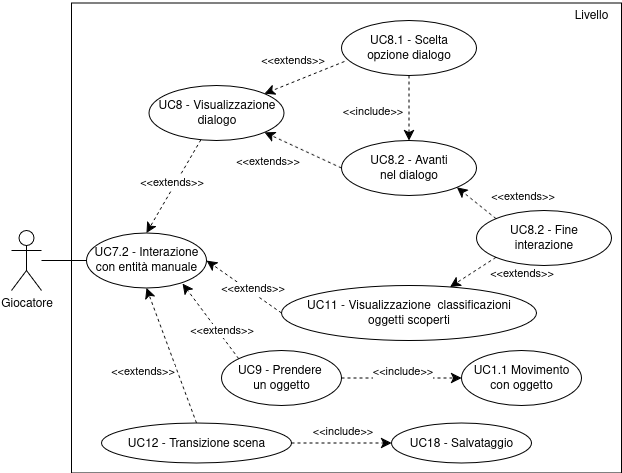
Before: Documentazione/source/imgs/uc-interazione_manuale.png, a diagram exported from draw.io (fliposab/ProgettoStage). Source tidied: cells renumbered, new cells last; positions are measured from the earlier drawing's top-left corner, leaving out a move shared by most shapes. Source of this version:
```xml
<mxGraphModel>
  <root>
    <mxCell id="0" />
    <mxCell id="1" parent="0" />
    <mxCell id="2" style="rounded=0;whiteSpace=wrap;html=1;gradientColor=none;" parent="1" vertex="1">
      <mxGeometry x="60" y="2.5" width="550" height="470" as="geometry" />
    </mxCell>
    <mxCell id="3" style="rounded=0;jettySize=auto;html=1;entryX=0;entryY=0.5;entryDx=0;entryDy=0;endArrow=none;startFill=0;" parent="1" edge="1" source="4" target="5">
      <mxGeometry relative="1" as="geometry" />
    </mxCell>
    <mxCell id="4" value="Giocatore" style="shape=umlActor;verticalLabelPosition=bottom;verticalAlign=top;html=1;outlineConnect=0;" parent="1" vertex="1">
      <mxGeometry y="230" width="30" height="60" as="geometry" />
    </mxCell>
    <mxCell id="5" value="&lt;div&gt;UC7.2 - Interazione&lt;/div&gt;&lt;div&gt;con entità manuale&lt;/div&gt;" style="ellipse;whiteSpace=wrap;html=1;" parent="1" vertex="1">
      <mxGeometry x="75" y="232.5" width="120" height="55" as="geometry" />
    </mxCell>
    <mxCell id="6" value="Livello" style="text;html=1;align=center;verticalAlign=middle;whiteSpace=wrap;rounded=0;" parent="1" vertex="1">
      <mxGeometry x="550" width="60" height="30" as="geometry" />
    </mxCell>
    <mxCell id="7" value="&lt;div&gt;UC9 - Prendere&amp;nbsp;&lt;/div&gt;&lt;div&gt;un oggetto&lt;/div&gt;" style="ellipse;whiteSpace=wrap;html=1;" parent="1" vertex="1">
      <mxGeometry x="210" y="350" width="120" height="55" as="geometry" />
    </mxCell>
    <mxCell id="8" value="&lt;div&gt;UC8 -&amp;nbsp;Visualizzazione&lt;/div&gt;&lt;div&gt;dialogo&lt;/div&gt;" style="ellipse;whiteSpace=wrap;html=1;" parent="1" vertex="1">
      <mxGeometry x="137.5" y="85" width="135" height="55" as="geometry" />
    </mxCell>
    <mxCell id="9" style="rounded=0;jettySize=auto;html=1;entryX=0.5;entryY=0;entryDx=0;entryDy=0;endArrow=classic;endFill=1;endSize=8;dashed=1;startArrow=none;startFill=0;" parent="1" edge="1" source="8" target="5">
      <mxGeometry relative="1" as="geometry" />
    </mxCell>
    <mxCell id="10" value="&amp;lt;&amp;lt;extends&amp;gt;&amp;gt;" style="edgeLabel;html=1;align=center;verticalAlign=middle;" parent="9" vertex="1">
      <mxGeometry x="-0.1" relative="1" as="geometry">
        <mxPoint x="-5" as="offset" />
      </mxGeometry>
    </mxCell>
    <mxCell id="11" value="&lt;div&gt;UC8.2 - Avanti&lt;/div&gt;&lt;div&gt;nel dialogo&lt;/div&gt;" style="ellipse;whiteSpace=wrap;html=1;" parent="1" vertex="1">
      <mxGeometry x="330" y="140" width="135" height="55" as="geometry" />
    </mxCell>
    <mxCell id="12" style="rounded=0;jettySize=auto;html=1;entryX=1;entryY=1;entryDx=0;entryDy=0;endArrow=classic;endFill=1;endSize=8;dashed=1;startArrow=none;startFill=0;exitX=0;exitY=0.5;exitDx=0;exitDy=0;" parent="1" edge="1" source="11" target="8">
      <mxGeometry relative="1" as="geometry" />
    </mxCell>
    <mxCell id="13" value="&amp;lt;&amp;lt;extends&amp;gt;&amp;gt;" style="edgeLabel;html=1;align=center;verticalAlign=middle;" parent="12" vertex="1">
      <mxGeometry x="0.13" y="1" relative="1" as="geometry">
        <mxPoint x="-31" y="12" as="offset" />
      </mxGeometry>
    </mxCell>
    <mxCell id="14" value="&lt;div&gt;UC8.1 - Scelta&lt;/div&gt;&lt;div&gt;opzione dialogo&lt;/div&gt;" style="ellipse;whiteSpace=wrap;html=1;" parent="1" vertex="1">
      <mxGeometry x="330" y="20" width="135" height="55" as="geometry" />
    </mxCell>
    <mxCell id="15" value="&lt;div&gt;UC8.2 - Fine&lt;/div&gt;&lt;div&gt;interazione&lt;/div&gt;" style="ellipse;whiteSpace=wrap;html=1;" parent="1" vertex="1">
      <mxGeometry x="465" y="210" width="135" height="55" as="geometry" />
    </mxCell>
    <mxCell id="16" value="&lt;div&gt;UC11 - Visualizzazione&amp;nbsp; classificazioni&lt;/div&gt;&lt;div&gt;oggetti scoperti&lt;/div&gt;" style="ellipse;whiteSpace=wrap;html=1;" parent="1" vertex="1">
      <mxGeometry x="270" y="285" width="255" height="55" as="geometry" />
    </mxCell>
    <mxCell id="17" value="&lt;div&gt;UC12 - Transizione scena&lt;/div&gt;" style="ellipse;whiteSpace=wrap;html=1;" parent="1" vertex="1">
      <mxGeometry x="90" y="422.5" width="190" height="40" as="geometry" />
    </mxCell>
    <mxCell id="18" style="rounded=0;jettySize=auto;html=1;entryX=1;entryY=0.5;entryDx=0;entryDy=0;endArrow=classic;endFill=1;endSize=8;dashed=1;startArrow=none;startFill=0;exitX=0;exitY=0.5;exitDx=0;exitDy=0;" parent="1" edge="1" source="16" target="5">
      <mxGeometry relative="1" as="geometry" />
    </mxCell>
    <mxCell id="19" value="&amp;lt;&amp;lt;extends&amp;gt;&amp;gt;" style="edgeLabel;html=1;align=center;verticalAlign=middle;" parent="18" vertex="1">
      <mxGeometry x="0.28" y="-2" relative="1" as="geometry">
        <mxPoint x="17" y="10" as="offset" />
      </mxGeometry>
    </mxCell>
    <mxCell id="20" style="rounded=0;jettySize=auto;html=1;entryX=0.8;entryY=0.918;entryDx=0;entryDy=0;endArrow=classic;endFill=1;endSize=8;dashed=1;startArrow=none;startFill=0;exitX=0;exitY=0;exitDx=0;exitDy=0;entryPerimeter=0;" parent="1" edge="1" source="7" target="5">
      <mxGeometry relative="1" as="geometry" />
    </mxCell>
    <mxCell id="21" value="&amp;lt;&amp;lt;extends&amp;gt;&amp;gt;" style="edgeLabel;html=1;align=center;verticalAlign=middle;" parent="20" vertex="1">
      <mxGeometry x="-0.37" y="3" relative="1" as="geometry">
        <mxPoint x="3" y="-6" as="offset" />
      </mxGeometry>
    </mxCell>
    <mxCell id="22" style="rounded=0;jettySize=auto;html=1;entryX=0.5;entryY=1;entryDx=0;entryDy=0;endArrow=classic;endFill=1;endSize=8;dashed=1;startArrow=none;startFill=0;exitX=0.5;exitY=0;exitDx=0;exitDy=0;" parent="1" edge="1" source="17" target="5">
      <mxGeometry relative="1" as="geometry" />
    </mxCell>
    <mxCell id="23" value="&amp;lt;&amp;lt;extends&amp;gt;&amp;gt;" style="edgeLabel;html=1;align=center;verticalAlign=middle;" parent="22" vertex="1">
      <mxGeometry x="0.23" y="1" relative="1" as="geometry">
        <mxPoint x="-23" y="31" as="offset" />
      </mxGeometry>
    </mxCell>
    <mxCell id="24" style="rounded=0;jettySize=auto;html=1;entryX=1;entryY=0;entryDx=0;entryDy=0;endArrow=classic;endFill=1;endSize=8;dashed=1;startArrow=none;startFill=0;exitX=0.022;exitY=0.745;exitDx=0;exitDy=0;exitPerimeter=0;" parent="1" edge="1" source="14" target="8">
      <mxGeometry relative="1" as="geometry" />
    </mxCell>
    <mxCell id="25" value="&amp;lt;&amp;lt;extends&amp;gt;&amp;gt;" style="edgeLabel;html=1;align=center;verticalAlign=middle;" parent="24" vertex="1">
      <mxGeometry x="-0.43" y="2" relative="1" as="geometry">
        <mxPoint x="-31" y="-12" as="offset" />
      </mxGeometry>
    </mxCell>
    <mxCell id="26" style="rounded=0;jettySize=auto;html=1;entryX=0.5;entryY=0;entryDx=0;entryDy=0;endArrow=classic;endFill=1;endSize=8;dashed=1;startArrow=none;startFill=0;exitX=0.5;exitY=1;exitDx=0;exitDy=0;" parent="1" edge="1" source="14" target="11">
      <mxGeometry relative="1" as="geometry" />
    </mxCell>
    <mxCell id="27" value="&amp;lt;&amp;lt;include&amp;gt;&amp;gt;" style="edgeLabel;html=1;align=center;verticalAlign=middle;" parent="26" vertex="1">
      <mxGeometry x="-0.42" relative="1" as="geometry">
        <mxPoint x="-37" y="16" as="offset" />
      </mxGeometry>
    </mxCell>
    <mxCell id="28" style="rounded=0;jettySize=auto;html=1;endArrow=classic;endFill=1;endSize=8;dashed=1;startArrow=none;startFill=0;exitX=0;exitY=1;exitDx=0;exitDy=0;" parent="1" edge="1" source="15" target="16">
      <mxGeometry relative="1" as="geometry" />
    </mxCell>
    <mxCell id="29" value="&amp;lt;&amp;lt;extends&amp;gt;&amp;gt;" style="edgeLabel;html=1;align=center;verticalAlign=middle;" parent="28" vertex="1">
      <mxGeometry x="-0.37" y="1" relative="1" as="geometry">
        <mxPoint x="39" y="6" as="offset" />
      </mxGeometry>
    </mxCell>
    <mxCell id="30" style="rounded=0;jettySize=auto;html=1;entryX=1;entryY=1;entryDx=0;entryDy=0;endArrow=classic;endFill=1;endSize=8;dashed=1;startArrow=none;startFill=0;exitX=0;exitY=0;exitDx=0;exitDy=0;" parent="1" edge="1" source="15" target="11">
      <mxGeometry relative="1" as="geometry" />
    </mxCell>
    <mxCell id="31" value="&amp;lt;&amp;lt;extends&amp;gt;&amp;gt;" style="edgeLabel;html=1;align=center;verticalAlign=middle;" parent="30" vertex="1">
      <mxGeometry x="-0.18" y="-1" relative="1" as="geometry">
        <mxPoint x="41" y="-9" as="offset" />
      </mxGeometry>
    </mxCell>
    <mxCell id="32" value="&lt;div&gt;UC1.1 Movimento&lt;/div&gt;&lt;div&gt;con oggetto&lt;/div&gt;" style="ellipse;whiteSpace=wrap;html=1;" parent="1" vertex="1">
      <mxGeometry x="450" y="350" width="120" height="55" as="geometry" />
    </mxCell>
    <mxCell id="33" style="rounded=0;jettySize=auto;html=1;entryX=0;entryY=0.5;entryDx=0;entryDy=0;endArrow=classic;endFill=1;endSize=8;dashed=1;startArrow=none;startFill=0;exitX=1;exitY=0.5;exitDx=0;exitDy=0;" parent="1" edge="1" source="7" target="32">
      <mxGeometry relative="1" as="geometry" />
    </mxCell>
    <mxCell id="34" value="&amp;lt;&amp;lt;include&amp;gt;&amp;gt;" style="edgeLabel;html=1;align=center;verticalAlign=middle;" parent="33" vertex="1">
      <mxGeometry x="0.12" y="-1" relative="1" as="geometry">
        <mxPoint x="-7" y="-8" as="offset" />
      </mxGeometry>
    </mxCell>
    <mxCell id="35" value="UC18 - Salvataggio" style="ellipse;whiteSpace=wrap;html=1;" parent="1" vertex="1">
      <mxGeometry x="380" y="422.5" width="140" height="40" as="geometry" />
    </mxCell>
    <mxCell id="36" style="rounded=0;jettySize=auto;html=1;endArrow=classic;endFill=1;endSize=8;dashed=1;startArrow=none;startFill=0;exitX=1;exitY=0.5;exitDx=0;exitDy=0;entryX=0;entryY=0.5;entryDx=0;entryDy=0;" parent="1" edge="1" source="17" target="35">
      <mxGeometry relative="1" as="geometry" />
    </mxCell>
    <mxCell id="37" value="&amp;lt;&amp;lt;include&amp;gt;&amp;gt;" style="edgeLabel;html=1;align=center;verticalAlign=middle;" parent="36" vertex="1">
      <mxGeometry x="0.12" y="-1" relative="1" as="geometry">
        <mxPoint x="-6" y="-13" as="offset" />
      </mxGeometry>
    </mxCell>
  </root>
</mxGraphModel>
```
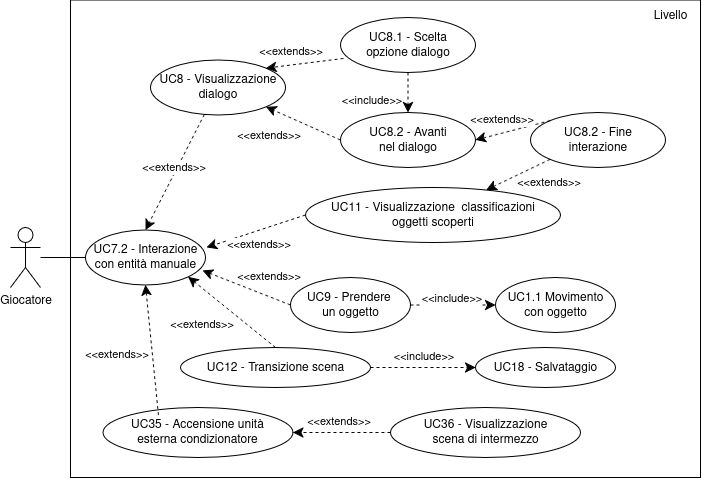
Later version of the same file.

Change to the diagram source:
```diff
@@ -3,7 +3,7 @@
     <mxCell id="0" />
     <mxCell id="1" parent="0" />
     <mxCell id="2" style="rounded=0;whiteSpace=wrap;html=1;gradientColor=none;" parent="1" vertex="1">
-      <mxGeometry x="60" y="2.5" width="550" height="470" as="geometry" />
+      <mxGeometry x="60" y="2.5" width="630" height="477.5" as="geometry" />
     </mxCell>
     <mxCell id="3" style="rounded=0;jettySize=auto;html=1;entryX=0;entryY=0.5;entryDx=0;entryDy=0;endArrow=none;startFill=0;" parent="1" edge="1" source="4" target="5">
       <mxGeometry relative="1" as="geometry" />
@@ -15,13 +15,13 @@
       <mxGeometry x="75" y="232.5" width="120" height="55" as="geometry" />
     </mxCell>
     <mxCell id="6" value="Livello" style="text;html=1;align=center;verticalAlign=middle;whiteSpace=wrap;rounded=0;" parent="1" vertex="1">
-      <mxGeometry x="550" width="60" height="30" as="geometry" />
+      <mxGeometry x="630" y="2.5" width="60" height="30" as="geometry" />
     </mxCell>
     <mxCell id="7" value="&lt;div&gt;UC9 - Prendere&amp;nbsp;&lt;/div&gt;&lt;div&gt;un oggetto&lt;/div&gt;" style="ellipse;whiteSpace=wrap;html=1;" parent="1" vertex="1">
-      <mxGeometry x="210" y="350" width="120" height="55" as="geometry" />
+      <mxGeometry x="280" y="280" width="120" height="55" as="geometry" />
     </mxCell>
     <mxCell id="8" value="&lt;div&gt;UC8 -&amp;nbsp;Visualizzazione&lt;/div&gt;&lt;div&gt;dialogo&lt;/div&gt;" style="ellipse;whiteSpace=wrap;html=1;" parent="1" vertex="1">
-      <mxGeometry x="137.5" y="85" width="135" height="55" as="geometry" />
+      <mxGeometry x="140" y="62.5" width="135" height="55" as="geometry" />
     </mxCell>
     <mxCell id="9" style="rounded=0;jettySize=auto;html=1;entryX=0.5;entryY=0;entryDx=0;entryDy=0;endArrow=classic;endFill=1;endSize=8;dashed=1;startArrow=none;startFill=0;" parent="1" edge="1" source="8" target="5">
       <mxGeometry relative="1" as="geometry" />
@@ -32,7 +32,7 @@
       </mxGeometry>
     </mxCell>
     <mxCell id="11" value="&lt;div&gt;UC8.2 - Avanti&lt;/div&gt;&lt;div&gt;nel dialogo&lt;/div&gt;" style="ellipse;whiteSpace=wrap;html=1;" parent="1" vertex="1">
-      <mxGeometry x="330" y="140" width="135" height="55" as="geometry" />
+      <mxGeometry x="330" y="115" width="135" height="55" as="geometry" />
     </mxCell>
     <mxCell id="12" style="rounded=0;jettySize=auto;html=1;entryX=1;entryY=1;entryDx=0;entryDy=0;endArrow=classic;endFill=1;endSize=8;dashed=1;startArrow=none;startFill=0;exitX=0;exitY=0.5;exitDx=0;exitDy=0;" parent="1" edge="1" source="11" target="8">
       <mxGeometry relative="1" as="geometry" />
@@ -46,15 +46,15 @@
       <mxGeometry x="330" y="20" width="135" height="55" as="geometry" />
     </mxCell>
     <mxCell id="15" value="&lt;div&gt;UC8.2 - Fine&lt;/div&gt;&lt;div&gt;interazione&lt;/div&gt;" style="ellipse;whiteSpace=wrap;html=1;" parent="1" vertex="1">
-      <mxGeometry x="465" y="210" width="135" height="55" as="geometry" />
+      <mxGeometry x="520" y="115" width="135" height="55" as="geometry" />
     </mxCell>
     <mxCell id="16" value="&lt;div&gt;UC11 - Visualizzazione&amp;nbsp; classificazioni&lt;/div&gt;&lt;div&gt;oggetti scoperti&lt;/div&gt;" style="ellipse;whiteSpace=wrap;html=1;" parent="1" vertex="1">
-      <mxGeometry x="270" y="285" width="255" height="55" as="geometry" />
+      <mxGeometry x="295" y="190" width="255" height="55" as="geometry" />
     </mxCell>
     <mxCell id="17" value="&lt;div&gt;UC12 - Transizione scena&lt;/div&gt;" style="ellipse;whiteSpace=wrap;html=1;" parent="1" vertex="1">
-      <mxGeometry x="90" y="422.5" width="190" height="40" as="geometry" />
+      <mxGeometry x="170" y="350" width="190" height="40" as="geometry" />
     </mxCell>
-    <mxCell id="18" style="rounded=0;jettySize=auto;html=1;entryX=1;entryY=0.5;entryDx=0;entryDy=0;endArrow=classic;endFill=1;endSize=8;dashed=1;startArrow=none;startFill=0;exitX=0;exitY=0.5;exitDx=0;exitDy=0;" parent="1" edge="1" source="16" target="5">
+    <mxCell id="18" style="rounded=0;jettySize=auto;html=1;entryX=1.008;entryY=0.318;entryDx=0;entryDy=0;endArrow=classic;endFill=1;endSize=8;dashed=1;startArrow=none;startFill=0;exitX=0;exitY=0.5;exitDx=0;exitDy=0;entryPerimeter=0;" parent="1" edge="1" source="16" target="5">
       <mxGeometry relative="1" as="geometry" />
     </mxCell>
     <mxCell id="19" value="&amp;lt;&amp;lt;extends&amp;gt;&amp;gt;" style="edgeLabel;html=1;align=center;verticalAlign=middle;" parent="18" vertex="1">
@@ -62,20 +62,20 @@
         <mxPoint x="17" y="10" as="offset" />
       </mxGeometry>
     </mxCell>
-    <mxCell id="20" style="rounded=0;jettySize=auto;html=1;entryX=0.8;entryY=0.918;entryDx=0;entryDy=0;endArrow=classic;endFill=1;endSize=8;dashed=1;startArrow=none;startFill=0;exitX=0;exitY=0;exitDx=0;exitDy=0;entryPerimeter=0;" parent="1" edge="1" source="7" target="5">
+    <mxCell id="20" style="rounded=0;jettySize=auto;html=1;entryX=0.975;entryY=0.736;entryDx=0;entryDy=0;endArrow=classic;endFill=1;endSize=8;dashed=1;startArrow=none;startFill=0;exitX=0;exitY=0.5;exitDx=0;exitDy=0;entryPerimeter=0;" parent="1" edge="1" source="7" target="5">
       <mxGeometry relative="1" as="geometry" />
     </mxCell>
     <mxCell id="21" value="&amp;lt;&amp;lt;extends&amp;gt;&amp;gt;" style="edgeLabel;html=1;align=center;verticalAlign=middle;" parent="20" vertex="1">
       <mxGeometry x="-0.37" y="3" relative="1" as="geometry">
-        <mxPoint x="3" y="-6" as="offset" />
+        <mxPoint x="6" y="-21" as="offset" />
       </mxGeometry>
     </mxCell>
-    <mxCell id="22" style="rounded=0;jettySize=auto;html=1;entryX=0.5;entryY=1;entryDx=0;entryDy=0;endArrow=classic;endFill=1;endSize=8;dashed=1;startArrow=none;startFill=0;exitX=0.5;exitY=0;exitDx=0;exitDy=0;" parent="1" edge="1" source="17" target="5">
+    <mxCell id="22" style="rounded=0;jettySize=auto;html=1;entryX=1;entryY=1;entryDx=0;entryDy=0;endArrow=classic;endFill=1;endSize=8;dashed=1;startArrow=none;startFill=0;exitX=0.5;exitY=0;exitDx=0;exitDy=0;" parent="1" edge="1" source="17" target="5">
       <mxGeometry relative="1" as="geometry" />
     </mxCell>
     <mxCell id="23" value="&amp;lt;&amp;lt;extends&amp;gt;&amp;gt;" style="edgeLabel;html=1;align=center;verticalAlign=middle;" parent="22" vertex="1">
       <mxGeometry x="0.23" y="1" relative="1" as="geometry">
-        <mxPoint x="-23" y="31" as="offset" />
+        <mxPoint x="-21" y="19" as="offset" />
       </mxGeometry>
     </mxCell>
     <mxCell id="24" style="rounded=0;jettySize=auto;html=1;entryX=1;entryY=0;entryDx=0;entryDy=0;endArrow=classic;endFill=1;endSize=8;dashed=1;startArrow=none;startFill=0;exitX=0.022;exitY=0.745;exitDx=0;exitDy=0;exitPerimeter=0;" parent="1" edge="1" source="14" target="8">
@@ -99,19 +99,19 @@
     </mxCell>
     <mxCell id="29" value="&amp;lt;&amp;lt;extends&amp;gt;&amp;gt;" style="edgeLabel;html=1;align=center;verticalAlign=middle;" parent="28" vertex="1">
       <mxGeometry x="-0.37" y="1" relative="1" as="geometry">
-        <mxPoint x="39" y="6" as="offset" />
+        <mxPoint x="18" y="12" as="offset" />
       </mxGeometry>
     </mxCell>
-    <mxCell id="30" style="rounded=0;jettySize=auto;html=1;entryX=1;entryY=1;entryDx=0;entryDy=0;endArrow=classic;endFill=1;endSize=8;dashed=1;startArrow=none;startFill=0;exitX=0;exitY=0;exitDx=0;exitDy=0;" parent="1" edge="1" source="15" target="11">
+    <mxCell id="30" style="rounded=0;jettySize=auto;html=1;entryX=1;entryY=0.5;entryDx=0;entryDy=0;endArrow=classic;endFill=1;endSize=8;dashed=1;startArrow=none;startFill=0;exitX=0;exitY=0;exitDx=0;exitDy=0;" parent="1" edge="1" source="15" target="11">
       <mxGeometry relative="1" as="geometry" />
     </mxCell>
     <mxCell id="31" value="&amp;lt;&amp;lt;extends&amp;gt;&amp;gt;" style="edgeLabel;html=1;align=center;verticalAlign=middle;" parent="30" vertex="1">
       <mxGeometry x="-0.18" y="-1" relative="1" as="geometry">
-        <mxPoint x="41" y="-9" as="offset" />
+        <mxPoint x="-19" y="-9" as="offset" />
       </mxGeometry>
     </mxCell>
     <mxCell id="32" value="&lt;div&gt;UC1.1 Movimento&lt;/div&gt;&lt;div&gt;con oggetto&lt;/div&gt;" style="ellipse;whiteSpace=wrap;html=1;" parent="1" vertex="1">
-      <mxGeometry x="450" y="350" width="120" height="55" as="geometry" />
+      <mxGeometry x="485" y="280" width="120" height="55" as="geometry" />
     </mxCell>
     <mxCell id="33" style="rounded=0;jettySize=auto;html=1;entryX=0;entryY=0.5;entryDx=0;entryDy=0;endArrow=classic;endFill=1;endSize=8;dashed=1;startArrow=none;startFill=0;exitX=1;exitY=0.5;exitDx=0;exitDy=0;" parent="1" edge="1" source="7" target="32">
       <mxGeometry relative="1" as="geometry" />
@@ -122,7 +122,7 @@
       </mxGeometry>
     </mxCell>
     <mxCell id="35" value="UC18 - Salvataggio" style="ellipse;whiteSpace=wrap;html=1;" parent="1" vertex="1">
-      <mxGeometry x="380" y="422.5" width="140" height="40" as="geometry" />
+      <mxGeometry x="465" y="350" width="140" height="40" as="geometry" />
     </mxCell>
     <mxCell id="36" style="rounded=0;jettySize=auto;html=1;endArrow=classic;endFill=1;endSize=8;dashed=1;startArrow=none;startFill=0;exitX=1;exitY=0.5;exitDx=0;exitDy=0;entryX=0;entryY=0.5;entryDx=0;entryDy=0;" parent="1" edge="1" source="17" target="35">
       <mxGeometry relative="1" as="geometry" />
@@ -132,5 +132,27 @@
         <mxPoint x="-6" y="-13" as="offset" />
       </mxGeometry>
     </mxCell>
+    <mxCell id="38" value="&lt;div&gt;UC35 - Accensione unità&lt;/div&gt;&lt;div&gt;esterna condizionatore&lt;/div&gt;" style="ellipse;whiteSpace=wrap;html=1;" parent="1" vertex="1">
+      <mxGeometry x="92.5" y="410" width="190" height="50" as="geometry" />
+    </mxCell>
+    <mxCell id="39" style="rounded=0;jettySize=auto;html=1;entryX=0.5;entryY=1;entryDx=0;entryDy=0;endArrow=classic;endFill=1;endSize=8;dashed=1;startArrow=none;startFill=0;exitX=0.292;exitY=0.15;exitDx=0;exitDy=0;exitPerimeter=0;" parent="1" edge="1" source="38" target="5">
+      <mxGeometry relative="1" as="geometry" />
+    </mxCell>
+    <mxCell id="40" value="&amp;lt;&amp;lt;extends&amp;gt;&amp;gt;" style="edgeLabel;html=1;align=center;verticalAlign=middle;" parent="39" vertex="1">
+      <mxGeometry x="0.23" y="1" relative="1" as="geometry">
+        <mxPoint x="-34" y="18" as="offset" />
+      </mxGeometry>
+    </mxCell>
+    <mxCell id="41" value="&lt;div&gt;UC36 - Visualizzazione&lt;/div&gt;&lt;div&gt;scena di intermezzo&lt;/div&gt;" style="ellipse;whiteSpace=wrap;html=1;" parent="1" vertex="1">
+      <mxGeometry x="380" y="410" width="190" height="50" as="geometry" />
+    </mxCell>
+    <mxCell id="42" style="rounded=0;jettySize=auto;html=1;endArrow=classic;endFill=1;endSize=8;dashed=1;startArrow=none;startFill=0;exitX=0;exitY=0.5;exitDx=0;exitDy=0;entryX=1;entryY=0.5;entryDx=0;entryDy=0;" parent="1" edge="1" source="41" target="38">
+      <mxGeometry relative="1" as="geometry" />
+    </mxCell>
+    <mxCell id="43" value="&amp;lt;&amp;lt;extends&amp;gt;&amp;gt;" style="edgeLabel;html=1;align=center;verticalAlign=middle;" parent="42" vertex="1">
+      <mxGeometry x="-0.37" y="1" relative="1" as="geometry">
+        <mxPoint x="-23" y="-13" as="offset" />
+      </mxGeometry>
+    </mxCell>
   </root>
 </mxGraphModel>
```
